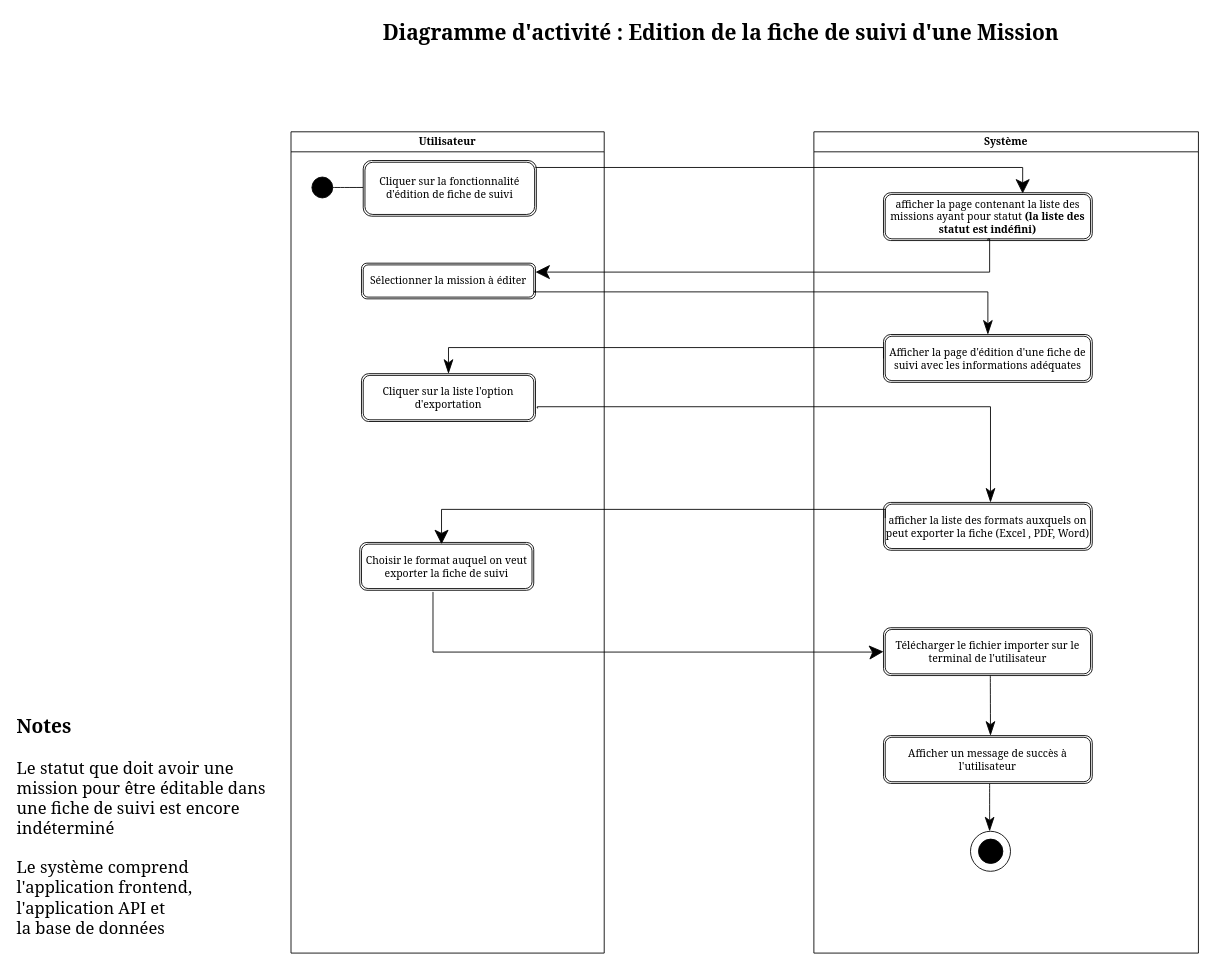
Earlier version of the draw.io diagram ActivityDiagramEditJobTrackingFile.drawio (ThuranJunior-AGL/AnalyseGEMOj). Source tidied: cells renumbered, new cells numbered last; positions are measured from the earlier drawing's top-left corner, leaving out a move shared by most shapes. Both pictures are drawn from the tidied source at 87%, with x=0, y=0 at pixel (15, 15).
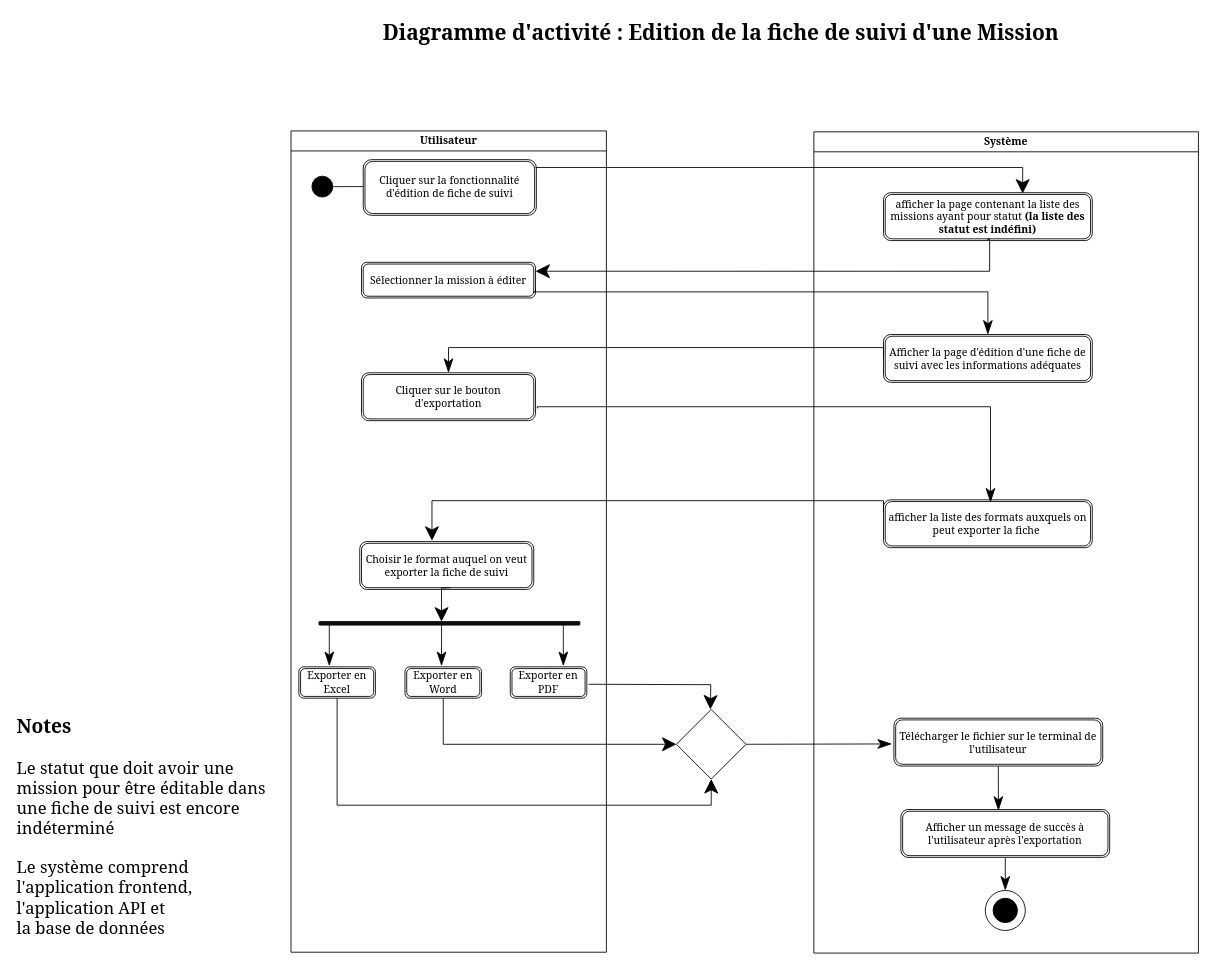
The same diagram, later.

Commit message:
Mettre à jour ActivityDiagramEditJobTrackingFile.drawio

The change refers to these unchanged cells:
```xml
<mxCell id="8" value="Choisir le format auquel on veut exporter la fiche de suivi" style="shape=ext;double=1;rounded=1;whiteSpace=wrap;html=1;fontFamily=Georgia;" parent="2" vertex="1">
  <mxGeometry x="79" y="472" width="200" height="55" as="geometry" />
</mxCell>
<mxCell id="9" value="Système" style="swimlane;whiteSpace=wrap;html=1;fontFamily=Georgia;" parent="1" vertex="1">
  <mxGeometry x="918" y="134" width="442" height="944" as="geometry" />
</mxCell>
```

Diff of the diagram source:
```diff
@@
     <mxCell id="2" value="Utilisateur" style="swimlane;whiteSpace=wrap;html=1;fontFamily=Georgia;" parent="1" vertex="1">
-      <mxGeometry x="317" y="134" width="360" height="944" as="geometry" />
+      <mxGeometry x="317" y="133" width="362.5" height="944" as="geometry" />
     </mxCell>
@@
-    <mxCell id="7" value="Cliquer sur la liste l'option d'exportation" style="shape=ext;double=1;rounded=1;whiteSpace=wrap;html=1;fontFamily=Georgia;" parent="2" vertex="1">
+    <mxCell id="7" value="Cliquer sur le bouton d'exportation" style="shape=ext;double=1;rounded=1;whiteSpace=wrap;html=1;fontFamily=Georgia;" parent="2" vertex="1">
       <mxGeometry x="81" y="278" width="200" height="55" as="geometry" />
     </mxCell>
@@
+    <mxCell id="30" style="shape=ext;double=1;rounded=1;whiteSpace=wrap;html=1;fontFamily=Architects Daughter;fillColor=#120d0d;fontSize=8;" parent="2" vertex="1">
+      <mxGeometry x="32.2" y="564" width="299.8" height="4" as="geometry" />
+    </mxCell>
+    <mxCell id="19" value="Exporter en Excel" style="shape=ext;double=1;rounded=1;whiteSpace=wrap;html=1;fontFamily=Georgia;" parent="2" vertex="1">
+      <mxGeometry x="9" y="616" width="88" height="36" as="geometry" />
+    </mxCell>
+    <mxCell id="31" value="Exporter en Word" style="shape=ext;double=1;rounded=1;whiteSpace=wrap;html=1;fontFamily=Georgia;" parent="2" vertex="1">
+      <mxGeometry x="131" y="616" width="88" height="36" as="geometry" />
+    </mxCell>
+    <mxCell id="32" value="Exporter en PDF" style="shape=ext;double=1;rounded=1;whiteSpace=wrap;html=1;fontFamily=Georgia;" parent="2" vertex="1">
+      <mxGeometry x="252" y="616" width="88" height="36" as="geometry" />
+    </mxCell>
+    <mxCell id="33" style="endArrow=classic;html=1;rounded=0;fontFamily=Architects Daughter;fontSize=16;startSize=14;endSize=14;sourcePerimeterSpacing=8;targetPerimeterSpacing=8;edgeStyle=orthogonalEdgeStyle;" parent="2" edge="1">
+      <mxGeometry relative="1" as="geometry">
+        <mxPoint x="183" y="525" as="sourcePoint" />
+        <mxPoint x="173" y="564" as="targetPoint" />
+      </mxGeometry>
+    </mxCell>
+    <mxCell id="34" style="edgeStyle=none;curved=1;rounded=0;orthogonalLoop=1;jettySize=auto;html=1;exitX=1;exitY=0.5;exitDx=0;exitDy=0;fontFamily=Georgia;fontSize=16;startSize=14;endArrow=classicThin;endSize=14;sourcePerimeterSpacing=8;targetPerimeterSpacing=8;endFill=1;" parent="2" edge="1">
+      <mxGeometry relative="1" as="geometry">
+        <mxPoint x="173" y="567" as="sourcePoint" />
+        <mxPoint x="173" y="615" as="targetPoint" />
+      </mxGeometry>
+    </mxCell>
@@
-    <mxCell id="13" value="afficher la liste des formats auxquels on peut exporter la fiche (Excel , PDF, Word)" style="shape=ext;double=1;rounded=1;whiteSpace=wrap;html=1;fontFamily=Georgia;" parent="9" vertex="1">
-      <mxGeometry x="80" y="426" width="240" height="55" as="geometry" />
+    <mxCell id="13" value="afficher la liste des formats auxquels on peut exporter la fiche&amp;nbsp;" style="shape=ext;double=1;rounded=1;whiteSpace=wrap;html=1;fontFamily=Georgia;" parent="9" vertex="1">
+      <mxGeometry x="80" y="423" width="240" height="55" as="geometry" />
     </mxCell>
     <mxCell id="14" style="ellipse;whiteSpace=wrap;html=1;fontFamily=Georgia;fillColor=none;" parent="9" vertex="1">
-      <mxGeometry x="180" y="804" width="46" height="46" as="geometry" />
+      <mxGeometry x="197" y="872" width="46" height="46" as="geometry" />
     </mxCell>
     <mxCell id="15" style="ellipse;whiteSpace=wrap;html=1;fontFamily=Georgia;fillColor=#000000;" parent="9" vertex="1">
-      <mxGeometry x="189.2" y="813" width="28" height="28" as="geometry" />
+      <mxGeometry x="206" y="881" width="28" height="28" as="geometry" />
     </mxCell>
-    <mxCell id="16" style="edgeStyle=none;curved=1;rounded=0;orthogonalLoop=1;jettySize=auto;html=1;exitX=1;exitY=0.5;exitDx=0;exitDy=0;fontFamily=Georgia;fontSize=16;startSize=14;endArrow=classicThin;endSize=14;sourcePerimeterSpacing=8;targetPerimeterSpacing=8;endFill=1;" parent="9" edge="1">
-      <mxGeometry relative="1" as="geometry">
-        <mxPoint x="202" y="749" as="sourcePoint" />
-        <mxPoint x="202" y="804" as="targetPoint" />
-      </mxGeometry>
-    </mxCell>
-    <mxCell id="17" value="Afficher un message de succès à l'utilisateur" style="shape=ext;double=1;rounded=1;whiteSpace=wrap;html=1;fontFamily=Georgia;" parent="9" vertex="1">
-      <mxGeometry x="80" y="694" width="240" height="55" as="geometry" />
+    <mxCell id="17" value="Télécharger le fichier sur le terminal de l'utilisateur" style="shape=ext;double=1;rounded=1;whiteSpace=wrap;html=1;fontFamily=Georgia;" parent="9" vertex="1">
+      <mxGeometry x="92" y="674" width="240" height="55" as="geometry" />
     </mxCell>
@@
-    <mxCell id="19" value="Télécharger le fichier importer sur le terminal de l'utilisateur" style="shape=ext;double=1;rounded=1;whiteSpace=wrap;html=1;fontFamily=Georgia;" parent="9" vertex="1">
-      <mxGeometry x="80" y="570" width="240" height="55" as="geometry" />
-    </mxCell>
-    <mxCell id="20" style="edgeStyle=none;curved=1;rounded=0;orthogonalLoop=1;jettySize=auto;html=1;exitX=1;exitY=0.5;exitDx=0;exitDy=0;fontFamily=Georgia;fontSize=16;startSize=14;endArrow=classicThin;endSize=14;sourcePerimeterSpacing=8;targetPerimeterSpacing=8;endFill=1;" parent="9" edge="1">
-      <mxGeometry relative="1" as="geometry">
-        <mxPoint x="202.8" y="625" as="sourcePoint" />
-        <mxPoint x="203" y="694" as="targetPoint" />
-      </mxGeometry>
-    </mxCell>
+    <mxCell id="35" style="edgeStyle=none;curved=1;rounded=0;jettySize=auto;html=1;exitX=0.5;exitY=1;exitDx=0;exitDy=0;fontFamily=Georgia;fontSize=16;startSize=14;endArrow=classicThin;endSize=14;sourcePerimeterSpacing=8;targetPerimeterSpacing=8;endFill=1;entryX=0.467;entryY=0.023;entryDx=0;entryDy=0;entryPerimeter=0;" parent="9" edge="1" source="17" target="37">
+      <mxGeometry relative="1" as="geometry" />
+    </mxCell>
+    <mxCell id="36" style="edgeStyle=none;curved=1;rounded=0;jettySize=auto;html=1;fontFamily=Georgia;fontSize=16;startSize=14;endArrow=classicThin;endSize=14;sourcePerimeterSpacing=8;targetPerimeterSpacing=8;endFill=1;entryX=0.5;entryY=0;entryDx=0;entryDy=0;exitX=0.5;exitY=1;exitDx=0;exitDy=0;" parent="9" edge="1" source="37" target="14">
+      <mxGeometry relative="1" as="geometry" />
+    </mxCell>
+    <mxCell id="37" value="Afficher un message de succès à l'utilisateur après l'exportation" style="shape=ext;double=1;rounded=1;whiteSpace=wrap;html=1;fontFamily=Georgia;" parent="9" vertex="1">
+      <mxGeometry x="100" y="779" width="240" height="55" as="geometry" />
+    </mxCell>
@@
-    <mxCell id="22" style="endArrow=classic;html=1;rounded=0;fontFamily=Georgia;fontSize=16;startSize=14;endSize=14;sourcePerimeterSpacing=8;targetPerimeterSpacing=8;edgeStyle=orthogonalEdgeStyle;" parent="1" edge="1">
+    <mxCell id="22" style="endArrow=classic;html=1;rounded=0;fontFamily=Georgia;fontSize=16;startSize=14;endSize=14;sourcePerimeterSpacing=8;targetPerimeterSpacing=8;edgeStyle=orthogonalEdgeStyle;exitX=0;exitY=0.25;exitDx=0;exitDy=0;" parent="1" edge="1" source="13">
       <mxGeometry relative="1" as="geometry">
-        <mxPoint x="1000" y="578" as="sourcePoint" />
-        <mxPoint x="490" y="608" as="targetPoint" />
+        <mxPoint x="479" y="604" as="targetPoint" />
         <Array as="points">
-          <mxPoint x="1000" y="568" />
-          <mxPoint x="490" y="568" />
-          <mxPoint x="490" y="607" />
+          <mxPoint x="998" y="558" />
+          <mxPoint x="479" y="558" />
         </Array>
       </mxGeometry>
     </mxCell>
@@
-    <mxCell id="29" style="endArrow=classic;html=1;rounded=0;fontFamily=Architects Daughter;fontSize=16;startSize=14;endSize=14;sourcePerimeterSpacing=8;targetPerimeterSpacing=8;edgeStyle=orthogonalEdgeStyle;exitX=0.421;exitY=1.034;exitDx=0;exitDy=0;exitPerimeter=0;entryX=0;entryY=0.5;entryDx=0;entryDy=0;" parent="1" edge="1" source="8" target="19">
-      <mxGeometry relative="1" as="geometry">
-        <Array as="points">
-          <mxPoint x="480" y="732" />
-          <mxPoint x="990" y="732" />
-        </Array>
-      </mxGeometry>
-    </mxCell>
+    <mxCell id="38" style="edgeStyle=none;curved=1;rounded=0;jettySize=auto;html=1;exitX=1;exitY=0.5;exitDx=0;exitDy=0;fontFamily=Georgia;fontSize=16;startSize=14;endArrow=classicThin;endSize=14;sourcePerimeterSpacing=8;targetPerimeterSpacing=8;endFill=1;fontStyle=1;entryX=-0.01;entryY=0.538;entryDx=0;entryDy=0;entryPerimeter=0;" parent="1" edge="1" source="41" target="17">
+      <mxGeometry relative="1" as="geometry" />
+    </mxCell>
+    <mxCell id="39" style="edgeStyle=none;curved=1;rounded=0;orthogonalLoop=1;jettySize=auto;html=1;exitX=1;exitY=0.5;exitDx=0;exitDy=0;fontFamily=Georgia;fontSize=16;startSize=14;endArrow=classicThin;endSize=14;sourcePerimeterSpacing=8;targetPerimeterSpacing=8;endFill=1;" parent="1" edge="1">
+      <mxGeometry relative="1" as="geometry">
+        <mxPoint x="630" y="700" as="sourcePoint" />
+        <mxPoint x="630" y="748" as="targetPoint" />
+      </mxGeometry>
+    </mxCell>
+    <mxCell id="40" style="edgeStyle=none;curved=1;rounded=0;orthogonalLoop=1;jettySize=auto;html=1;exitX=1;exitY=0.5;exitDx=0;exitDy=0;fontFamily=Georgia;fontSize=16;startSize=14;endArrow=classicThin;endSize=14;sourcePerimeterSpacing=8;targetPerimeterSpacing=8;endFill=1;" parent="1" edge="1">
+      <mxGeometry relative="1" as="geometry">
+        <mxPoint x="361" y="700" as="sourcePoint" />
+        <mxPoint x="361" y="748" as="targetPoint" />
+      </mxGeometry>
+    </mxCell>
+    <mxCell id="41" style="rhombus;whiteSpace=wrap;html=1;fontFamily=Architects Daughter;" parent="1" vertex="1">
+      <mxGeometry x="760" y="798" width="80" height="80" as="geometry" />
+    </mxCell>
+    <mxCell id="42" style="endArrow=classic;html=1;rounded=0;fontFamily=Architects Daughter;fontSize=16;startSize=14;endSize=14;sourcePerimeterSpacing=8;targetPerimeterSpacing=8;edgeStyle=orthogonalEdgeStyle;entryX=0.5;entryY=0;entryDx=0;entryDy=0;" parent="1" edge="1">
+      <mxGeometry relative="1" as="geometry">
+        <mxPoint x="659" y="769" as="sourcePoint" />
+        <mxPoint x="799" y="798" as="targetPoint" />
+      </mxGeometry>
+    </mxCell>
+    <mxCell id="43" style="endArrow=classic;html=1;rounded=0;fontFamily=Architects Daughter;fontSize=16;startSize=14;endSize=14;sourcePerimeterSpacing=8;targetPerimeterSpacing=8;exitX=0.5;exitY=1;exitDx=0;exitDy=0;edgeStyle=orthogonalEdgeStyle;entryX=0.5;entryY=1;entryDx=0;entryDy=0;" parent="1" edge="1" source="19" target="41">
+      <mxGeometry relative="1" as="geometry">
+        <Array as="points">
+          <mxPoint x="370" y="908" />
+          <mxPoint x="800" y="908" />
+        </Array>
+      </mxGeometry>
+    </mxCell>
+    <mxCell id="44" style="endArrow=classic;html=1;rounded=0;fontFamily=Architects Daughter;fontSize=16;startSize=14;endSize=14;sourcePerimeterSpacing=8;targetPerimeterSpacing=8;exitX=0.5;exitY=1;exitDx=0;exitDy=0;entryX=0;entryY=0.5;entryDx=0;entryDy=0;edgeStyle=orthogonalEdgeStyle;" parent="1" edge="1" source="31" target="41">
+      <mxGeometry relative="1" as="geometry" />
+    </mxCell>
```
